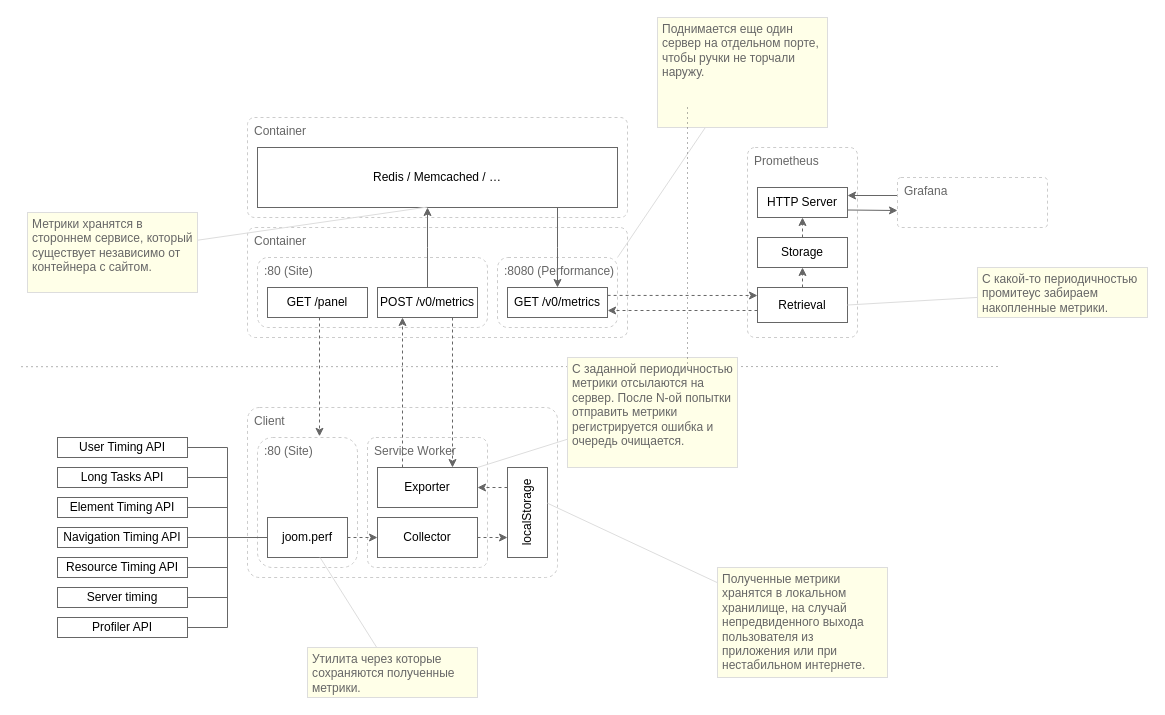
Before: metrics.drawio in ajile/draw-io, a draw.io diagram. Source tidied: cells renumbered, new cells numbered last; positions are measured from the earlier drawing's top-left corner, leaving out a move shared by most shapes. Both pictures are drawn from the tidied source at 100%, with x=0, y=0 at pixel (17, 17).
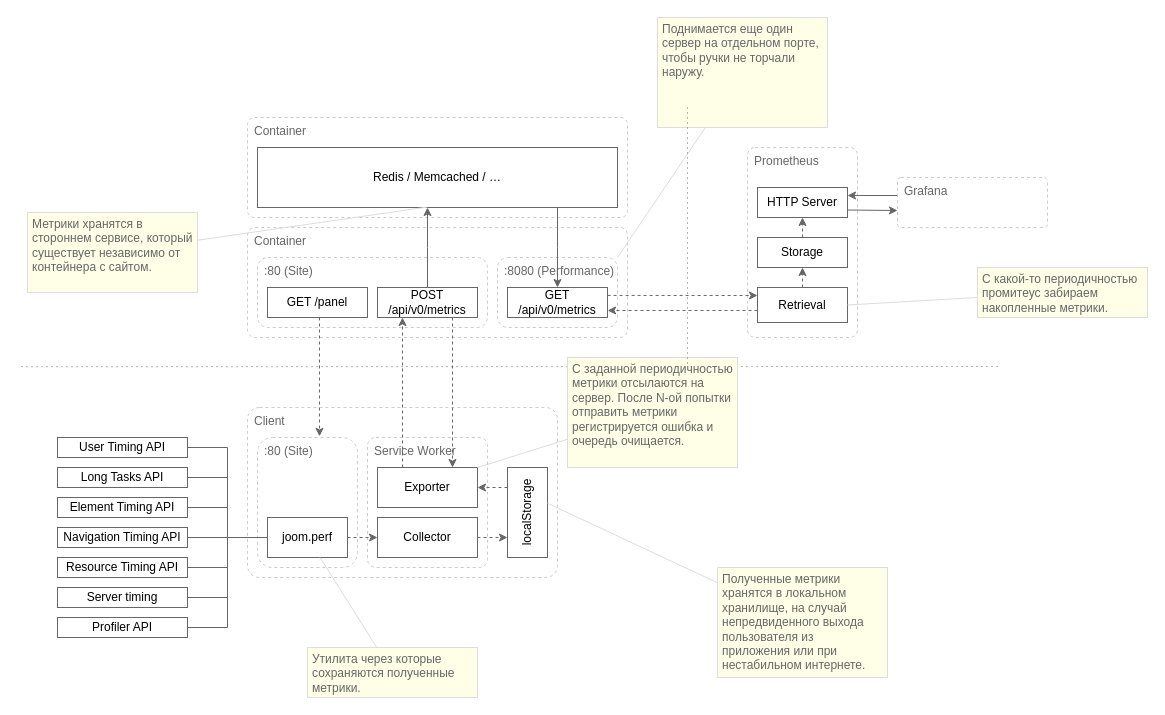
The same page after the edit.

What changed in the source:
```diff
@@
-    <mxCell id="7" value="POST /v0/metrics" style="rounded=0;whiteSpace=wrap;html=1;shadow=0;glass=0;sketch=0;align=center;verticalAlign=middle;strokeColor=#666666;" parent="1" vertex="1">
+    <mxCell id="7" value="POST /api/v0/metrics" style="rounded=0;whiteSpace=wrap;html=1;shadow=0;glass=0;sketch=0;align=center;verticalAlign=middle;strokeColor=#666666;" parent="1" vertex="1">
       <mxGeometry x="360" y="270" width="100" height="30" as="geometry" />
     </mxCell>
@@
-    <mxCell id="12" value="GET /v0/metrics" style="rounded=0;whiteSpace=wrap;html=1;shadow=0;glass=0;sketch=0;align=center;verticalAlign=middle;strokeColor=#666666;" parent="1" vertex="1">
+    <mxCell id="12" value="GET /api/v0/metrics" style="rounded=0;whiteSpace=wrap;html=1;shadow=0;glass=0;sketch=0;align=center;verticalAlign=middle;strokeColor=#666666;" parent="1" vertex="1">
       <mxGeometry x="490" y="270" width="100" height="30" as="geometry" />
     </mxCell>
```
